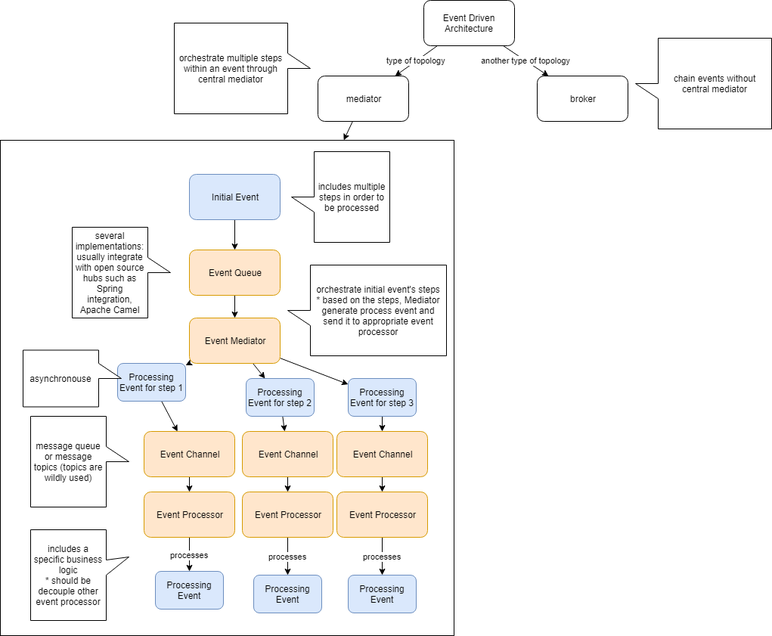
Earlier version of the draw.io export event_driven_arch.png (stsiwo/ddd_concept). Source tidied: cells renumbered, new cells last; positions are measured from the earlier drawing's top-left corner, leaving out a move shared by most shapes.
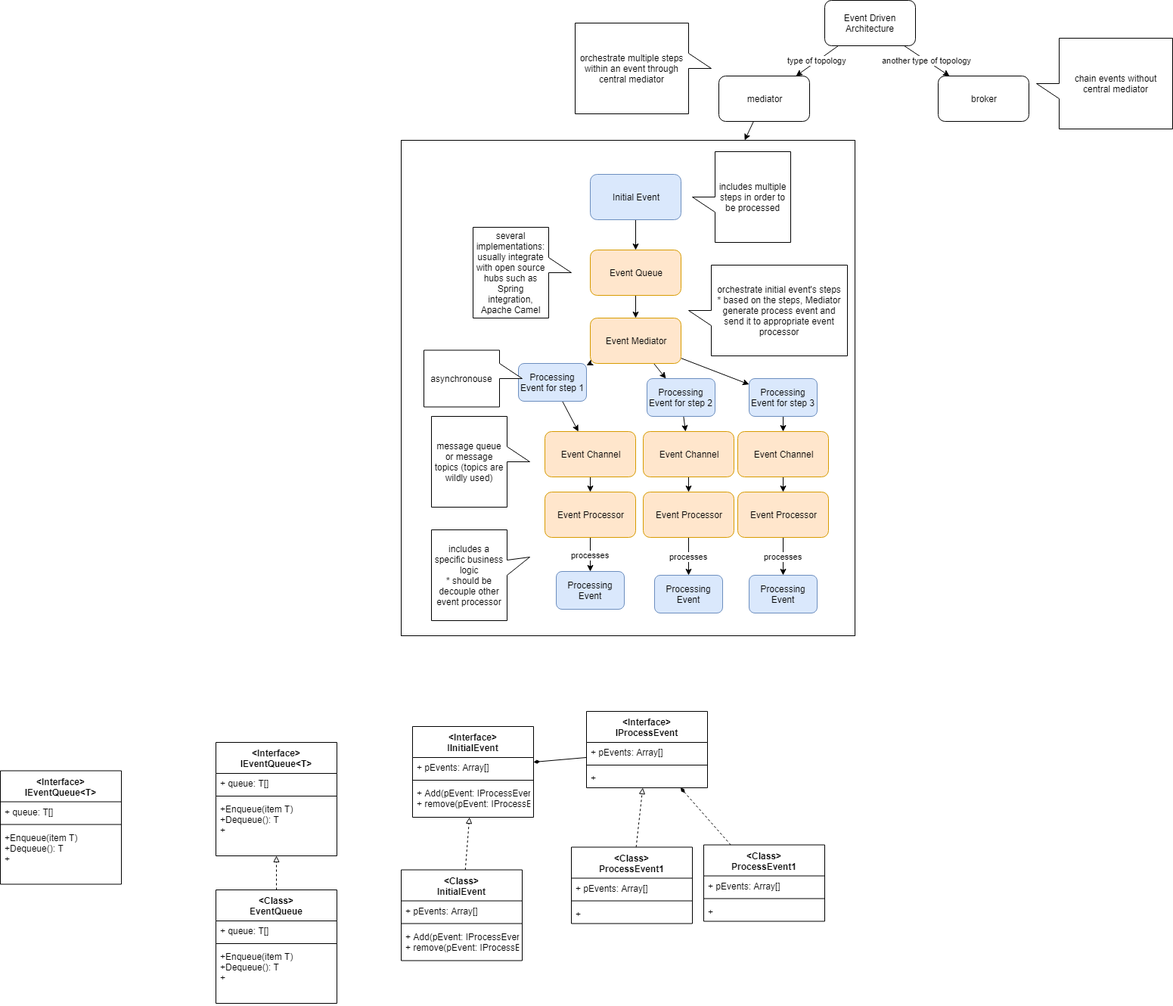
Later version of the same file.

Change to the diagram source:
```diff
@@ -134,5 +134,116 @@
     <mxCell id="45" value="Processing Event" style="rounded=1;whiteSpace=wrap;html=1;fillColor=#dae8fc;strokeColor=#6c8ebf;" parent="1" vertex="1">
       <mxGeometry x="460" y="760" width="90" height="50" as="geometry" />
     </mxCell>
+    <mxCell id="46" value="&lt;Interface&gt;&#10;IInitialEvent&#10;" style="swimlane;fontStyle=1;align=center;verticalAlign=top;horizontal=1;startSize=41;" parent="1" vertex="1">
+      <mxGeometry x="15" y="960" width="160" height="120" as="geometry" />
+    </mxCell>
+    <mxCell id="47" value="+ pEvents: Array[]" style="text;strokeColor=none;fillColor=none;align=left;verticalAlign=top;spacingLeft=4;spacingRight=4;overflow=hidden;points=[[0,0.5],[1,0.5]];portConstraint=eastwest;" parent="46" vertex="1">
+      <mxGeometry y="41" width="160" height="26" as="geometry" />
+    </mxCell>
+    <mxCell id="48" style="line;strokeWidth=1;fillColor=none;align=left;verticalAlign=middle;spacingTop=-1;spacingLeft=3;spacingRight=3;labelPosition=right;" parent="46" vertex="1">
+      <mxGeometry y="67" width="160" height="8" as="geometry" />
+    </mxCell>
+    <mxCell id="49" value="+ Add(pEvent: IProcessEvent)&#10;+ remove(pEvent: IProcessEvent)&#10;" style="text;strokeColor=none;fillColor=none;align=left;verticalAlign=top;spacingLeft=4;spacingRight=4;overflow=hidden;" parent="46" vertex="1">
+      <mxGeometry y="75" width="160" height="45" as="geometry" />
+    </mxCell>
+    <mxCell id="50" style="edgeStyle=none;rounded=0;html=1;dashed=1;endArrow=block;endFill=0;jettySize=auto;" parent="1" edge="1" source="51" target="46">
+      <mxGeometry relative="1" as="geometry" />
+    </mxCell>
+    <mxCell id="51" value="&lt;Class&gt;&#10;InitialEvent&#10;" style="swimlane;fontStyle=1;align=center;verticalAlign=top;horizontal=1;startSize=41;" parent="1" vertex="1">
+      <mxGeometry y="1149.5" width="160" height="120" as="geometry" />
+    </mxCell>
+    <mxCell id="52" value="+ pEvents: Array[]" style="text;strokeColor=none;fillColor=none;align=left;verticalAlign=top;spacingLeft=4;spacingRight=4;overflow=hidden;" parent="51" vertex="1">
+      <mxGeometry y="41" width="160" height="26" as="geometry" />
+    </mxCell>
+    <mxCell id="53" style="line;strokeWidth=1;fillColor=none;align=left;verticalAlign=middle;spacingTop=-1;spacingLeft=3;spacingRight=3;labelPosition=right;" parent="51" vertex="1">
+      <mxGeometry y="67" width="160" height="8" as="geometry" />
+    </mxCell>
+    <mxCell id="54" value="+ Add(pEvent: IProcessEvent)&#10;+ remove(pEvent: IProcessEvent)&#10;&#10;" style="text;strokeColor=none;fillColor=none;align=left;verticalAlign=top;spacingLeft=4;spacingRight=4;overflow=hidden;" parent="51" vertex="1">
+      <mxGeometry y="75" width="160" height="45" as="geometry" />
+    </mxCell>
+    <mxCell id="55" value="&lt;Interface&gt;&#10;IProcessEvent&#10;" style="swimlane;fontStyle=1;align=center;verticalAlign=top;horizontal=1;startSize=41;" parent="1" vertex="1">
+      <mxGeometry x="245" y="940" width="160" height="101" as="geometry" />
+    </mxCell>
+    <mxCell id="56" value="+ pEvents: Array[]" style="text;strokeColor=none;fillColor=none;align=left;verticalAlign=top;spacingLeft=4;spacingRight=4;overflow=hidden;points=[[0,0.5],[1,0.5]];portConstraint=eastwest;" parent="55" vertex="1">
+      <mxGeometry y="41" width="160" height="26" as="geometry" />
+    </mxCell>
+    <mxCell id="57" style="line;strokeWidth=1;fillColor=none;align=left;verticalAlign=middle;spacingTop=-1;spacingLeft=3;spacingRight=3;labelPosition=right;" parent="55" vertex="1">
+      <mxGeometry y="67" width="160" height="8" as="geometry" />
+    </mxCell>
+    <mxCell id="58" value="+" style="text;strokeColor=none;fillColor=none;align=left;verticalAlign=top;spacingLeft=4;spacingRight=4;overflow=hidden;" parent="55" vertex="1">
+      <mxGeometry y="75" width="160" height="26" as="geometry" />
+    </mxCell>
+    <mxCell id="59" style="edgeStyle=none;rounded=0;html=1;jettySize=auto;endArrow=block;endFill=0;dashed=1;" parent="1" edge="1" source="60" target="55">
+      <mxGeometry relative="1" as="geometry" />
+    </mxCell>
+    <mxCell id="60" value="&lt;Class&gt;&#10;ProcessEvent1&#10;" style="swimlane;fontStyle=1;align=center;verticalAlign=top;horizontal=1;startSize=41;" parent="1" vertex="1">
+      <mxGeometry x="225" y="1119.5" width="160" height="101" as="geometry" />
+    </mxCell>
+    <mxCell id="61" value="+ pEvents: Array[]" style="text;strokeColor=none;fillColor=none;align=left;verticalAlign=top;spacingLeft=4;spacingRight=4;overflow=hidden;" parent="60" vertex="1">
+      <mxGeometry y="41" width="160" height="26" as="geometry" />
+    </mxCell>
+    <mxCell id="62" style="line;strokeWidth=1;fillColor=none;align=left;verticalAlign=middle;spacingTop=-1;spacingLeft=3;spacingRight=3;labelPosition=right;" parent="60" vertex="1">
+      <mxGeometry y="67" width="160" height="8" as="geometry" />
+    </mxCell>
+    <mxCell id="63" value="+" style="text;strokeColor=none;fillColor=none;align=left;verticalAlign=top;spacingLeft=4;spacingRight=4;overflow=hidden;" parent="60" vertex="1">
+      <mxGeometry y="75" width="160" height="26" as="geometry" />
+    </mxCell>
+    <mxCell id="64" style="edgeStyle=none;rounded=0;html=1;jettySize=auto;endArrow=diamondThin;endFill=1;" parent="1" edge="1" source="56" target="47">
+      <mxGeometry relative="1" as="geometry" />
+    </mxCell>
+    <mxCell id="65" style="edgeStyle=none;rounded=0;html=1;dashed=1;endArrow=diamondThin;endFill=1;jettySize=auto;" parent="1" edge="1" source="66" target="55">
+      <mxGeometry relative="1" as="geometry" />
+    </mxCell>
+    <mxCell id="66" value="&lt;Class&gt;&#10;ProcessEvent1&#10;" style="swimlane;fontStyle=1;align=center;verticalAlign=top;horizontal=1;startSize=41;" parent="1" vertex="1">
+      <mxGeometry x="400" y="1116.5" width="160" height="101" as="geometry" />
+    </mxCell>
+    <mxCell id="67" value="+ pEvents: Array[]" style="text;strokeColor=none;fillColor=none;align=left;verticalAlign=top;spacingLeft=4;spacingRight=4;overflow=hidden;" parent="66" vertex="1">
+      <mxGeometry y="41" width="160" height="26" as="geometry" />
+    </mxCell>
+    <mxCell id="68" style="line;strokeWidth=1;fillColor=none;align=left;verticalAlign=middle;spacingTop=-1;spacingLeft=3;spacingRight=3;labelPosition=right;" parent="66" vertex="1">
+      <mxGeometry y="67" width="160" height="8" as="geometry" />
+    </mxCell>
+    <mxCell id="69" value="+" style="text;strokeColor=none;fillColor=none;align=left;verticalAlign=top;spacingLeft=4;spacingRight=4;overflow=hidden;" parent="66" vertex="1">
+      <mxGeometry y="75" width="160" height="26" as="geometry" />
+    </mxCell>
+    <mxCell id="70" value="&lt;Interface&gt;&#10;IEventQueue&lt;T&gt;&#10;" style="swimlane;fontStyle=1;align=center;verticalAlign=top;horizontal=1;startSize=41;" parent="1" vertex="1">
+      <mxGeometry x="-245" y="981" width="160" height="150" as="geometry" />
+    </mxCell>
+    <mxCell id="71" value="+ queue: T[]" style="text;strokeColor=none;fillColor=none;align=left;verticalAlign=top;spacingLeft=4;spacingRight=4;overflow=hidden;" parent="70" vertex="1">
+      <mxGeometry y="41" width="160" height="26" as="geometry" />
+    </mxCell>
+    <mxCell id="72" style="line;strokeWidth=1;fillColor=none;align=left;verticalAlign=middle;spacingTop=-1;spacingLeft=3;spacingRight=3;labelPosition=right;" parent="70" vertex="1">
+      <mxGeometry y="67" width="160" height="8" as="geometry" />
+    </mxCell>
+    <mxCell id="73" value="+Enqueue(item T)&#10;+Dequeue(): T&#10;+ &#10;" style="text;strokeColor=none;fillColor=none;align=left;verticalAlign=top;spacingLeft=4;spacingRight=4;overflow=hidden;" parent="70" vertex="1">
+      <mxGeometry y="75" width="160" height="75" as="geometry" />
+    </mxCell>
+    <mxCell id="74" value="&lt;Interface&gt;&#10;IEventQueue&lt;T&gt;&#10;" style="swimlane;fontStyle=1;align=center;verticalAlign=top;horizontal=1;startSize=41;" parent="1" vertex="1">
+      <mxGeometry x="-530" y="1018.5" width="160" height="150" as="geometry" />
+    </mxCell>
+    <mxCell id="75" value="+ queue: T[]" style="text;strokeColor=none;fillColor=none;align=left;verticalAlign=top;spacingLeft=4;spacingRight=4;overflow=hidden;" parent="74" vertex="1">
+      <mxGeometry y="41" width="160" height="26" as="geometry" />
+    </mxCell>
+    <mxCell id="76" style="line;strokeWidth=1;fillColor=none;align=left;verticalAlign=middle;spacingTop=-1;spacingLeft=3;spacingRight=3;labelPosition=right;" parent="74" vertex="1">
+      <mxGeometry y="67" width="160" height="8" as="geometry" />
+    </mxCell>
+    <mxCell id="77" value="+Enqueue(item T)&#10;+Dequeue(): T&#10;+ &#10;" style="text;strokeColor=none;fillColor=none;align=left;verticalAlign=top;spacingLeft=4;spacingRight=4;overflow=hidden;" parent="74" vertex="1">
+      <mxGeometry y="75" width="160" height="75" as="geometry" />
+    </mxCell>
+    <mxCell id="78" style="edgeStyle=none;rounded=0;html=1;dashed=1;endArrow=block;endFill=0;jettySize=auto;" parent="1" edge="1" source="79" target="70">
+      <mxGeometry relative="1" as="geometry" />
+    </mxCell>
+    <mxCell id="79" value="&lt;Class&gt;&#10;EventQueue&#10;" style="swimlane;fontStyle=1;align=center;verticalAlign=top;horizontal=1;startSize=41;" parent="1" vertex="1">
+      <mxGeometry x="-245" y="1176" width="160" height="150" as="geometry" />
+    </mxCell>
+    <mxCell id="80" value="+ queue: T[]" style="text;strokeColor=none;fillColor=none;align=left;verticalAlign=top;spacingLeft=4;spacingRight=4;overflow=hidden;" parent="79" vertex="1">
+      <mxGeometry y="41" width="160" height="26" as="geometry" />
+    </mxCell>
+    <mxCell id="81" style="line;strokeWidth=1;fillColor=none;align=left;verticalAlign=middle;spacingTop=-1;spacingLeft=3;spacingRight=3;labelPosition=right;" parent="79" vertex="1">
+      <mxGeometry y="67" width="160" height="8" as="geometry" />
+    </mxCell>
+    <mxCell id="82" value="+Enqueue(item T)&#10;+Dequeue(): T&#10;+ &#10;" style="text;strokeColor=none;fillColor=none;align=left;verticalAlign=top;spacingLeft=4;spacingRight=4;overflow=hidden;" parent="79" vertex="1">
+      <mxGeometry y="75" width="160" height="75" as="geometry" />
+    </mxCell>
   </root>
 </mxGraphModel>
```
